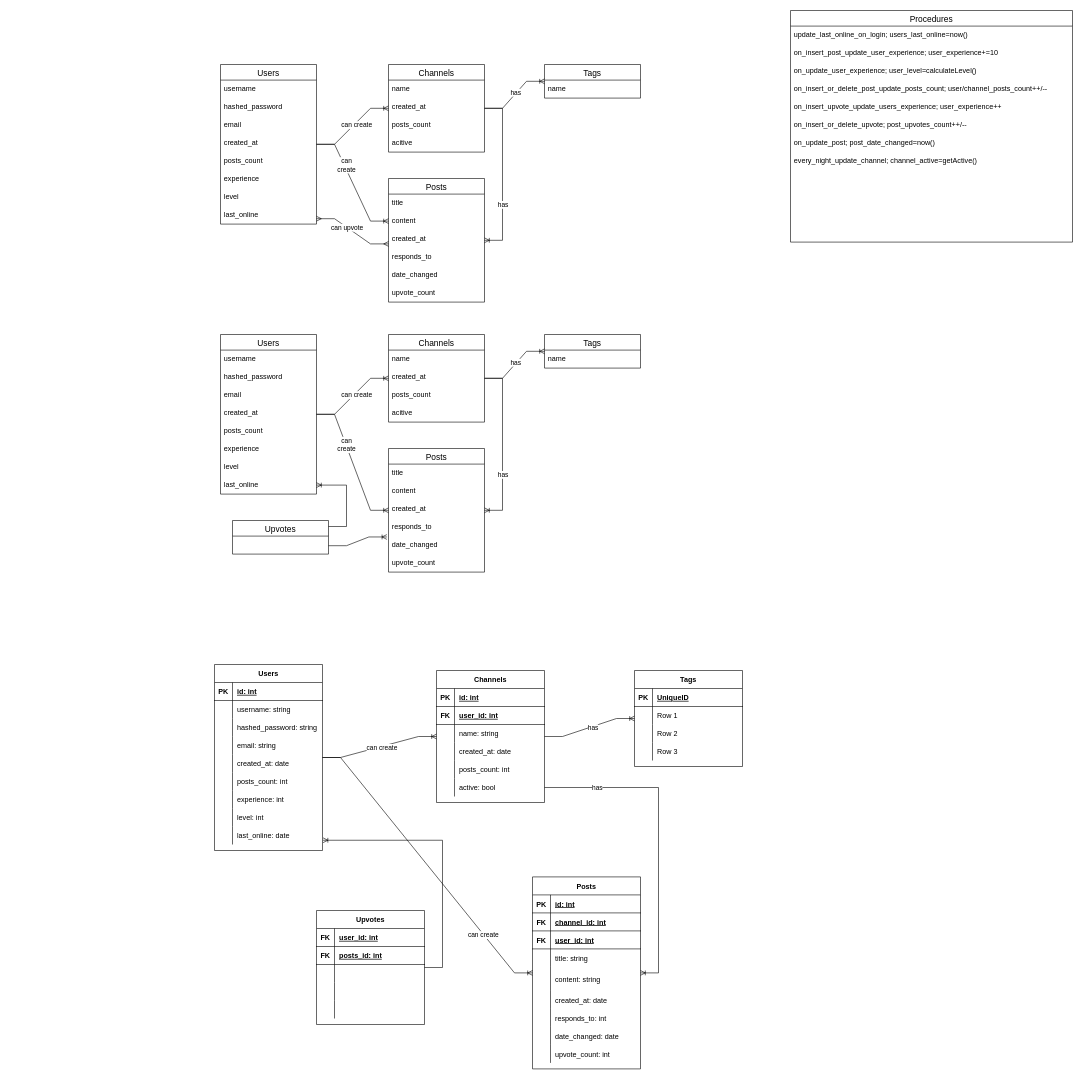
Above: Mandatory1.drawio in maxmeldal/db-eksamen (draw.io), before the change. Source tidied: cells renumbered, new cells numbered last; positions are measured from the earlier drawing's top-left corner, leaving out a move shared by most shapes. Both pictures are drawn from the tidied source at 60%, with x=0, y=0 at pixel (214, 10).
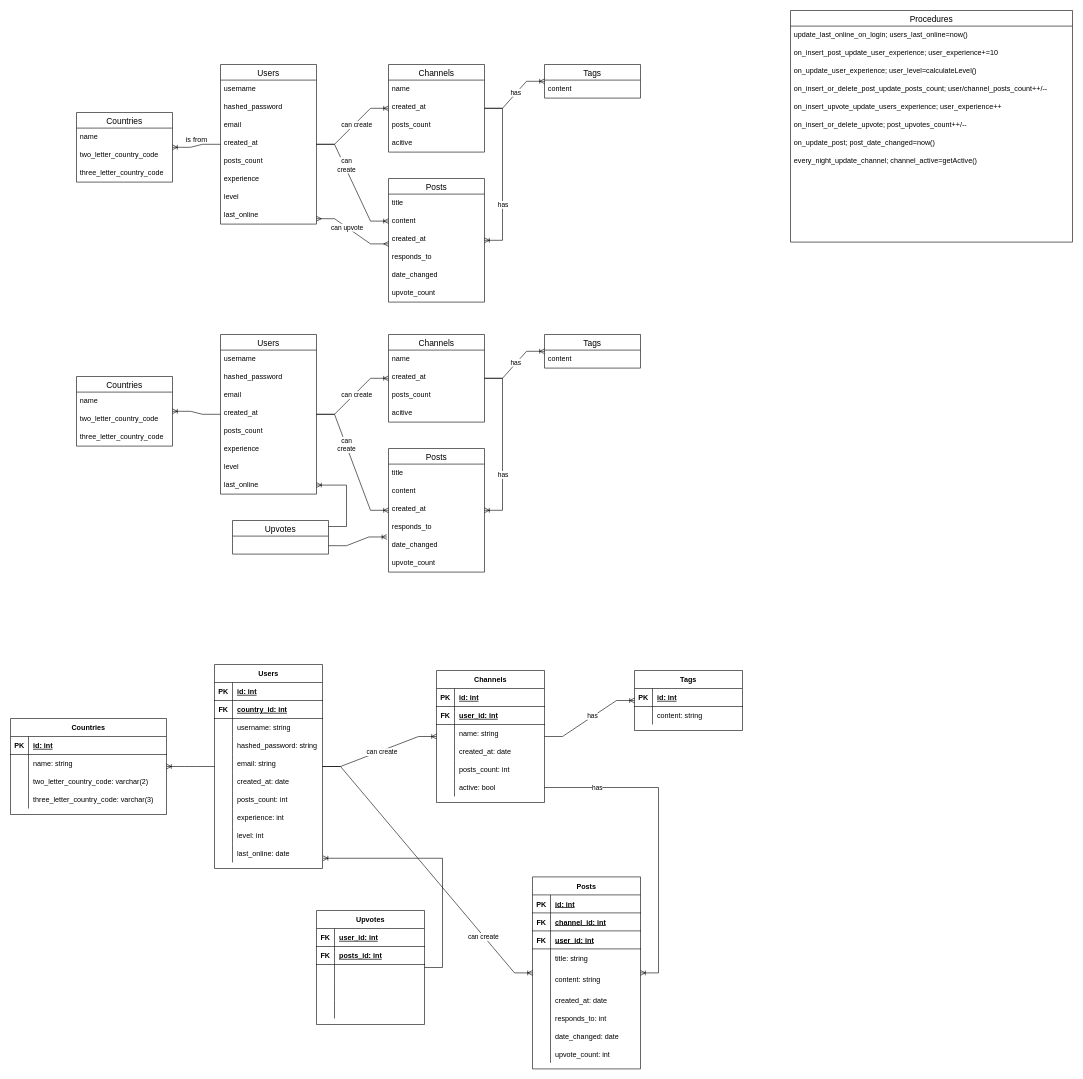
The same page after the edit.

Commit message:
updated er diagram to have countries table

The change refers to these unchanged cells:
```xml
<mxCell id="2" value="Users" style="swimlane;fontStyle=0;horizontal=1;startSize=26;align=center;fontSize=14;" parent="1" vertex="1">
  <mxGeometry x="10" y="90" width="160" height="266" as="geometry" />
</mxCell>
<mxCell id="16" value="Tags" style="swimlane;fontStyle=0;horizontal=1;startSize=26;align=center;fontSize=14;" parent="1" vertex="1">
  <mxGeometry x="550" y="90" width="160" height="56" as="geometry" />
</mxCell>
<mxCell id="35" value="Users" style="swimlane;fontStyle=0;horizontal=1;startSize=26;align=center;fontSize=14;" parent="1" vertex="1">
  <mxGeometry x="10" y="540" width="160" height="266" as="geometry" />
</mxCell>
<mxCell id="49" value="Tags" style="swimlane;fontStyle=0;horizontal=1;startSize=26;align=center;fontSize=14;" parent="1" vertex="1">
  <mxGeometry x="550" y="540" width="160" height="56" as="geometry" />
</mxCell>
<mxCell id="117" style="shape=tableRow;horizontal=0;startSize=0;swimlaneHead=0;swimlaneBody=0;fillColor=none;top=0;left=0;right=0;bottom=1;" parent="116" vertex="1">
  <mxGeometry y="30" width="180" height="30" as="geometry" />
</mxCell>
<mxCell id="120" style="shape=tableRow;horizontal=0;startSize=0;swimlaneHead=0;swimlaneBody=0;fillColor=none;top=0;left=0;right=0;bottom=0;" parent="116" vertex="1">
  <mxGeometry y="60" width="180" height="30" as="geometry" />
</mxCell>
```

Change to the diagram source:
```diff
@@
-    <mxCell id="17" value="name" style="text;strokeColor=none;fillColor=none;spacingLeft=4;spacingRight=4;overflow=hidden;fontSize=12;" parent="16" vertex="1">
+    <mxCell id="17" value="content" style="text;strokeColor=none;fillColor=none;spacingLeft=4;spacingRight=4;overflow=hidden;fontSize=12;" parent="16" vertex="1">
       <mxGeometry y="26" width="160" height="30" as="geometry" />
     </mxCell>
@@
-    <mxCell id="50" value="name" style="text;strokeColor=none;fillColor=none;spacingLeft=4;spacingRight=4;overflow=hidden;fontSize=12;" parent="49" vertex="1">
+    <mxCell id="50" value="content" style="text;strokeColor=none;fillColor=none;spacingLeft=4;spacingRight=4;overflow=hidden;fontSize=12;" parent="49" vertex="1">
       <mxGeometry y="26" width="160" height="30" as="geometry" />
     </mxCell>
@@
     <mxCell id="69" value="Users" style="shape=table;startSize=30;childLayout=tableLayout;rowLines=0;fontStyle=1;align=center;" parent="1" vertex="1">
-      <mxGeometry y="1090" width="180" height="310" as="geometry" />
+      <mxGeometry y="1090" width="180" height="340" as="geometry" />
     </mxCell>
@@
+    <mxCell id="195" style="shape=tableRow;horizontal=0;startSize=0;swimlaneHead=0;swimlaneBody=0;fillColor=none;top=0;left=0;right=0;bottom=1;" parent="69" vertex="1">
+      <mxGeometry y="60" width="180" height="30" as="geometry" />
+    </mxCell>
+    <mxCell id="196" value="FK" style="shape=partialRectangle;fillColor=none;top=0;left=0;bottom=0;right=0;fontStyle=1;overflow=hidden;" parent="195" vertex="1">
+      <mxGeometry width="30" height="30" as="geometry" />
+    </mxCell>
+    <mxCell id="197" value="country_id: int" style="shape=partialRectangle;fillColor=none;top=0;left=0;bottom=0;right=0;align=left;spacingLeft=6;fontStyle=5;overflow=hidden;" parent="195" vertex="1">
+      <mxGeometry x="30" width="150" height="30" as="geometry" />
+    </mxCell>
     <mxCell id="73" style="shape=tableRow;horizontal=0;startSize=0;swimlaneHead=0;swimlaneBody=0;fillColor=none;top=0;left=0;right=0;bottom=0;" parent="69" vertex="1">
-      <mxGeometry y="60" width="180" height="30" as="geometry" />
+      <mxGeometry y="90" width="180" height="30" as="geometry" />
     </mxCell>
@@
     <mxCell id="76" style="shape=tableRow;horizontal=0;startSize=0;swimlaneHead=0;swimlaneBody=0;fillColor=none;top=0;left=0;right=0;bottom=0;" parent="69" vertex="1">
-      <mxGeometry y="90" width="180" height="30" as="geometry" />
+      <mxGeometry y="120" width="180" height="30" as="geometry" />
     </mxCell>
@@
     <mxCell id="79" style="shape=tableRow;horizontal=0;startSize=0;swimlaneHead=0;swimlaneBody=0;fillColor=none;top=0;left=0;right=0;bottom=0;" parent="69" vertex="1">
-      <mxGeometry y="120" width="180" height="30" as="geometry" />
+      <mxGeometry y="150" width="180" height="30" as="geometry" />
     </mxCell>
@@
     <mxCell id="82" style="shape=tableRow;horizontal=0;startSize=0;swimlaneHead=0;swimlaneBody=0;fillColor=none;top=0;left=0;right=0;bottom=0;" parent="69" vertex="1">
-      <mxGeometry y="150" width="180" height="30" as="geometry" />
+      <mxGeometry y="180" width="180" height="30" as="geometry" />
     </mxCell>
@@
     <mxCell id="85" style="shape=tableRow;horizontal=0;startSize=0;swimlaneHead=0;swimlaneBody=0;fillColor=none;top=0;left=0;right=0;bottom=0;" parent="69" vertex="1">
-      <mxGeometry y="180" width="180" height="30" as="geometry" />
+      <mxGeometry y="210" width="180" height="30" as="geometry" />
     </mxCell>
@@
     <mxCell id="88" style="shape=tableRow;horizontal=0;startSize=0;swimlaneHead=0;swimlaneBody=0;fillColor=none;top=0;left=0;right=0;bottom=0;" parent="69" vertex="1">
-      <mxGeometry y="210" width="180" height="30" as="geometry" />
+      <mxGeometry y="240" width="180" height="30" as="geometry" />
     </mxCell>
@@
     <mxCell id="91" style="shape=tableRow;horizontal=0;startSize=0;swimlaneHead=0;swimlaneBody=0;fillColor=none;top=0;left=0;right=0;bottom=0;" parent="69" vertex="1">
-      <mxGeometry y="240" width="180" height="30" as="geometry" />
+      <mxGeometry y="270" width="180" height="30" as="geometry" />
     </mxCell>
@@
     <mxCell id="94" style="shape=tableRow;horizontal=0;startSize=0;swimlaneHead=0;swimlaneBody=0;fillColor=none;points=[[0,0.5],[1,0.5]];portConstraint=eastwest;top=0;left=0;right=0;bottom=0;" parent="69" vertex="1">
-      <mxGeometry y="270" width="180" height="30" as="geometry" />
+      <mxGeometry y="300" width="180" height="30" as="geometry" />
     </mxCell>
@@
     <mxCell id="116" value="Tags" style="shape=table;startSize=30;childLayout=tableLayout;rowLines=0;fontStyle=1;align=center;" parent="1" vertex="1">
-      <mxGeometry x="700" y="1100" width="180" height="160" as="geometry" />
+      <mxGeometry x="700" y="1100" width="180" height="100" as="geometry" />
     </mxCell>
@@
-    <mxCell id="119" value="UniqueID" style="shape=partialRectangle;fillColor=none;top=0;left=0;bottom=0;right=0;align=left;spacingLeft=6;fontStyle=5;overflow=hidden;" parent="117" vertex="1">
+    <mxCell id="119" value="id: int" style="shape=partialRectangle;fillColor=none;top=0;left=0;bottom=0;right=0;align=left;spacingLeft=6;fontStyle=5;overflow=hidden;" parent="117" vertex="1">
       <mxGeometry x="30" width="150" height="30" as="geometry" />
     </mxCell>
@@
-    <mxCell id="122" value="Row 1" style="shape=partialRectangle;fillColor=none;top=0;left=0;bottom=0;right=0;align=left;spacingLeft=6;overflow=hidden;" parent="120" vertex="1">
+    <mxCell id="122" value="content: string" style="shape=partialRectangle;fillColor=none;top=0;left=0;bottom=0;right=0;align=left;spacingLeft=6;overflow=hidden;" parent="120" vertex="1">
       <mxGeometry x="30" width="150" height="30" as="geometry" />
     </mxCell>
-    <mxCell id="123" style="shape=tableRow;horizontal=0;startSize=0;swimlaneHead=0;swimlaneBody=0;fillColor=none;top=0;left=0;right=0;bottom=0;" parent="116" vertex="1">
-      <mxGeometry y="90" width="180" height="30" as="geometry" />
-    </mxCell>
-    <mxCell id="124" style="shape=partialRectangle;fillColor=none;top=0;left=0;bottom=0;right=0;overflow=hidden;" parent="123" vertex="1">
-      <mxGeometry width="30" height="30" as="geometry" />
-    </mxCell>
-    <mxCell id="125" value="Row 2" style="shape=partialRectangle;fillColor=none;top=0;left=0;bottom=0;right=0;align=left;spacingLeft=6;overflow=hidden;" parent="123" vertex="1">
-      <mxGeometry x="30" width="150" height="30" as="geometry" />
-    </mxCell>
-    <mxCell id="126" style="shape=tableRow;horizontal=0;startSize=0;swimlaneHead=0;swimlaneBody=0;fillColor=none;top=0;left=0;right=0;bottom=0;" parent="116" vertex="1">
-      <mxGeometry y="120" width="180" height="30" as="geometry" />
-    </mxCell>
-    <mxCell id="127" style="shape=partialRectangle;fillColor=none;top=0;left=0;bottom=0;right=0;overflow=hidden;" parent="126" vertex="1">
-      <mxGeometry width="30" height="30" as="geometry" />
-    </mxCell>
-    <mxCell id="128" value="Row 3" style="shape=partialRectangle;fillColor=none;top=0;left=0;bottom=0;right=0;align=left;spacingLeft=6;overflow=hidden;" parent="126" vertex="1">
-      <mxGeometry x="30" width="150" height="30" as="geometry" />
-    </mxCell>
@@
+    <mxCell id="198" value="Countries" style="swimlane;fontStyle=0;horizontal=1;startSize=26;align=center;fontSize=14;" parent="1" vertex="1">
+      <mxGeometry x="-230" y="170" width="160" height="116" as="geometry" />
+    </mxCell>
+    <mxCell id="199" value="name" style="text;strokeColor=none;fillColor=none;spacingLeft=4;spacingRight=4;overflow=hidden;fontSize=12;" parent="198" vertex="1">
+      <mxGeometry y="26" width="160" height="30" as="geometry" />
+    </mxCell>
+    <mxCell id="200" value="two_letter_country_code" style="text;strokeColor=none;fillColor=none;spacingLeft=4;spacingRight=4;overflow=hidden;fontSize=12;" parent="198" vertex="1">
+      <mxGeometry y="56" width="160" height="30" as="geometry" />
+    </mxCell>
+    <mxCell id="201" value="three_letter_country_code" style="text;strokeColor=none;fillColor=none;spacingLeft=4;spacingRight=4;overflow=hidden;fontSize=12;" parent="198" vertex="1">
+      <mxGeometry y="86" width="160" height="30" as="geometry" />
+    </mxCell>
+    <mxCell id="202" style="edgeStyle=entityRelationEdgeStyle;fontSize=12;html=1;endArrow=ERoneToMany;rounded=0;" parent="1" edge="1" source="2" target="198">
+      <mxGeometry relative="1" as="geometry" />
+    </mxCell>
+    <mxCell id="203" value="is from" style="text;html=1;align=center;verticalAlign=middle;strokeColor=none;fillColor=none;" parent="1" vertex="1">
+      <mxGeometry x="-60" y="200" width="60" height="30" as="geometry" />
+    </mxCell>
+    <mxCell id="204" value="Countries" style="swimlane;fontStyle=0;horizontal=1;startSize=26;align=center;fontSize=14;" parent="1" vertex="1">
+      <mxGeometry x="-230" y="610" width="160" height="116" as="geometry" />
+    </mxCell>
+    <mxCell id="205" value="name" style="text;strokeColor=none;fillColor=none;spacingLeft=4;spacingRight=4;overflow=hidden;fontSize=12;" parent="204" vertex="1">
+      <mxGeometry y="26" width="160" height="30" as="geometry" />
+    </mxCell>
+    <mxCell id="206" value="two_letter_country_code" style="text;strokeColor=none;fillColor=none;spacingLeft=4;spacingRight=4;overflow=hidden;fontSize=12;" parent="204" vertex="1">
+      <mxGeometry y="56" width="160" height="30" as="geometry" />
+    </mxCell>
+    <mxCell id="207" value="three_letter_country_code" style="text;strokeColor=none;fillColor=none;spacingLeft=4;spacingRight=4;overflow=hidden;fontSize=12;" parent="204" vertex="1">
+      <mxGeometry y="86" width="160" height="30" as="geometry" />
+    </mxCell>
+    <mxCell id="208" style="edgeStyle=entityRelationEdgeStyle;fontSize=12;html=1;endArrow=ERoneToMany;rounded=0;" parent="1" edge="1" source="35" target="204">
+      <mxGeometry relative="1" as="geometry" />
+    </mxCell>
+    <mxCell id="209" value="Countries" style="shape=table;startSize=30;childLayout=tableLayout;rowLines=0;fontStyle=1;align=center;" parent="1" vertex="1">
+      <mxGeometry x="-340" y="1180" width="260" height="160" as="geometry" />
+    </mxCell>
+    <mxCell id="210" style="shape=tableRow;horizontal=0;startSize=0;swimlaneHead=0;swimlaneBody=0;fillColor=none;top=0;left=0;right=0;bottom=1;" parent="209" vertex="1">
+      <mxGeometry y="30" width="260" height="30" as="geometry" />
+    </mxCell>
+    <mxCell id="211" value="PK" style="shape=partialRectangle;fillColor=none;top=0;left=0;bottom=0;right=0;fontStyle=1;overflow=hidden;" parent="210" vertex="1">
+      <mxGeometry width="30" height="30" as="geometry" />
+    </mxCell>
+    <mxCell id="212" value="id: int" style="shape=partialRectangle;fillColor=none;top=0;left=0;bottom=0;right=0;align=left;spacingLeft=6;fontStyle=5;overflow=hidden;" parent="210" vertex="1">
+      <mxGeometry x="30" width="230" height="30" as="geometry" />
+    </mxCell>
+    <mxCell id="213" style="shape=tableRow;horizontal=0;startSize=0;swimlaneHead=0;swimlaneBody=0;fillColor=none;top=0;left=0;right=0;bottom=0;" parent="209" vertex="1">
+      <mxGeometry y="60" width="260" height="30" as="geometry" />
+    </mxCell>
+    <mxCell id="214" style="shape=partialRectangle;fillColor=none;top=0;left=0;bottom=0;right=0;overflow=hidden;" parent="213" vertex="1">
+      <mxGeometry width="30" height="30" as="geometry" />
+    </mxCell>
+    <mxCell id="215" value="name: string" style="shape=partialRectangle;fillColor=none;top=0;left=0;bottom=0;right=0;align=left;spacingLeft=6;overflow=hidden;" parent="213" vertex="1">
+      <mxGeometry x="30" width="230" height="30" as="geometry" />
+    </mxCell>
+    <mxCell id="216" style="shape=tableRow;horizontal=0;startSize=0;swimlaneHead=0;swimlaneBody=0;fillColor=none;top=0;left=0;right=0;bottom=0;" parent="209" vertex="1">
+      <mxGeometry y="90" width="260" height="30" as="geometry" />
+    </mxCell>
+    <mxCell id="217" style="shape=partialRectangle;fillColor=none;top=0;left=0;bottom=0;right=0;overflow=hidden;" parent="216" vertex="1">
+      <mxGeometry width="30" height="30" as="geometry" />
+    </mxCell>
+    <mxCell id="218" value="two_letter_country_code: varchar(2)" style="shape=partialRectangle;fillColor=none;top=0;left=0;bottom=0;right=0;align=left;spacingLeft=6;overflow=hidden;" parent="216" vertex="1">
+      <mxGeometry x="30" width="230" height="30" as="geometry" />
+    </mxCell>
+    <mxCell id="219" style="shape=tableRow;horizontal=0;startSize=0;swimlaneHead=0;swimlaneBody=0;fillColor=none;top=0;left=0;right=0;bottom=0;" parent="209" vertex="1">
+      <mxGeometry y="120" width="260" height="30" as="geometry" />
+    </mxCell>
+    <mxCell id="220" style="shape=partialRectangle;fillColor=none;top=0;left=0;bottom=0;right=0;overflow=hidden;" parent="219" vertex="1">
+      <mxGeometry width="30" height="30" as="geometry" />
+    </mxCell>
+    <mxCell id="221" value="three_letter_country_code: varchar(3)" style="shape=partialRectangle;fillColor=none;top=0;left=0;bottom=0;right=0;align=left;spacingLeft=6;overflow=hidden;" parent="219" vertex="1">
+      <mxGeometry x="30" width="230" height="30" as="geometry" />
+    </mxCell>
+    <mxCell id="222" style="edgeStyle=entityRelationEdgeStyle;fontSize=12;html=1;endArrow=ERoneToMany;rounded=0;" parent="1" edge="1" source="69" target="209">
+      <mxGeometry relative="1" as="geometry" />
+    </mxCell>
```
